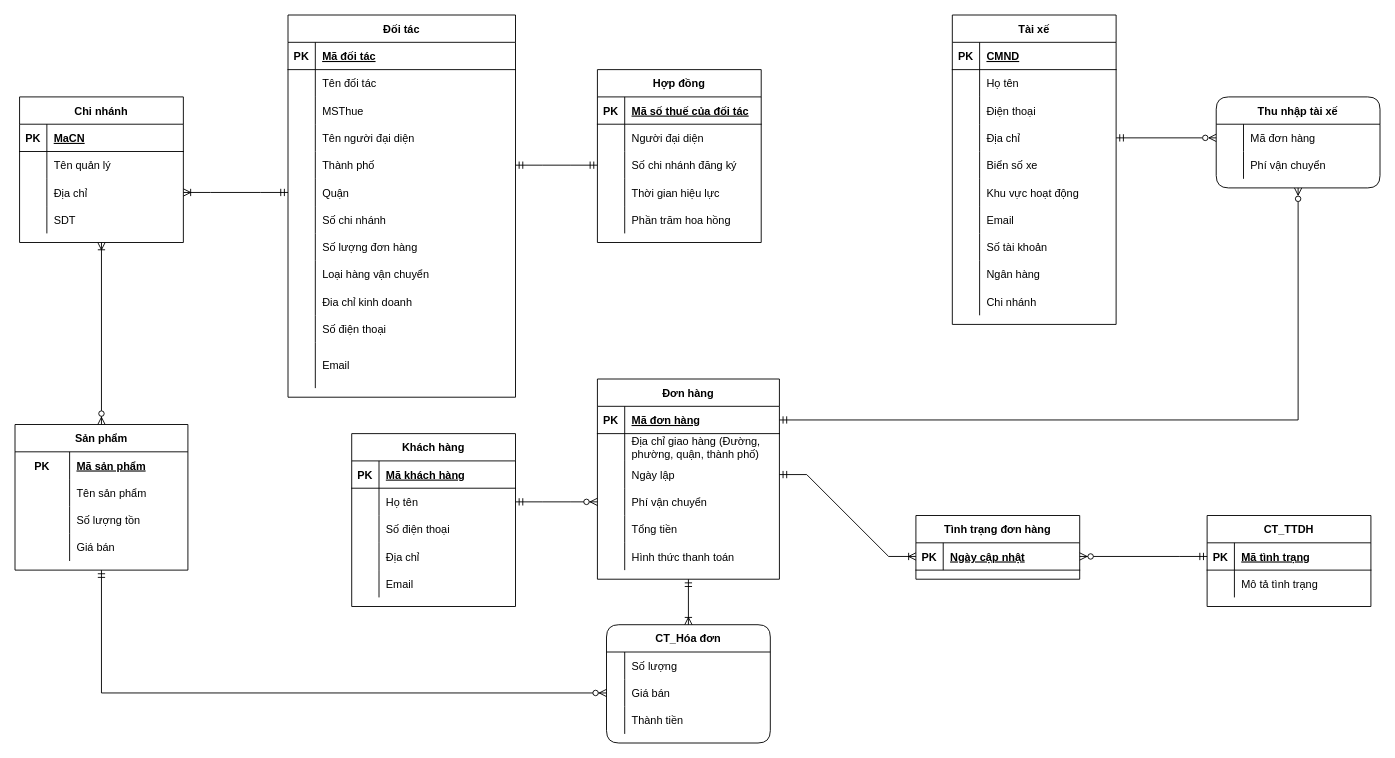
The draw.io diagram HQT-CSDL.drawio in tranngoclam16/HQT-CSDL, before the edit. Source tidied: cells renumbered, new cells numbered last; positions are measured from the earlier drawing's top-left corner, leaving out a move shared by most shapes. Both pictures are drawn from the tidied source at 91%, with x=0, y=0 at pixel (15, 15).
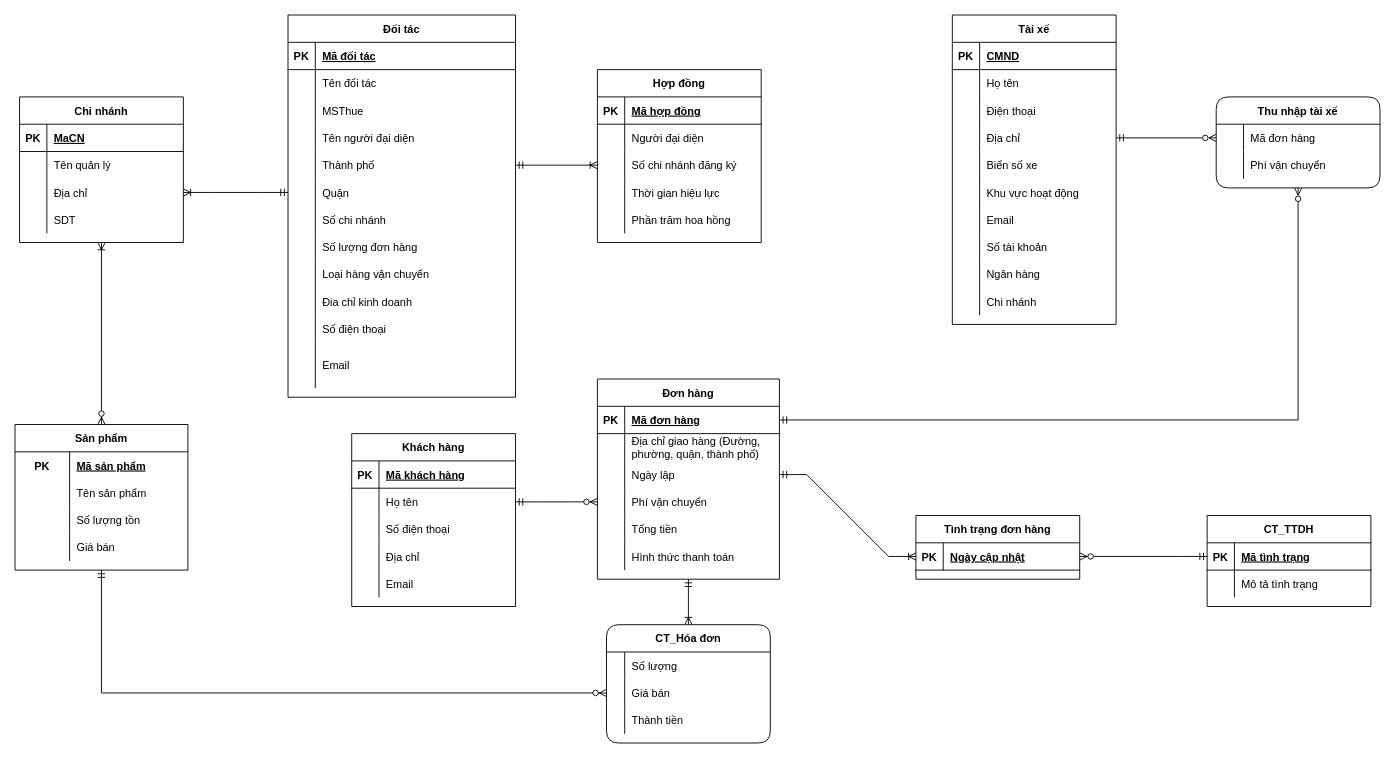
The same diagram, later.

Unchanged cells that the change refers to:
```xml
<mxCell id="46" style="shape=partialRectangle;fillColor=none;points=[[0,0.5],[1,0.5]];portConstraint=eastwest;top=0;left=0;right=0;bottom=0;" parent="33" vertex="1">
  <mxGeometry y="150" width="250" height="30" as="geometry" />
</mxCell>
<mxCell id="71" style="shape=partialRectangle;fillColor=none;top=0;left=0;bottom=1;right=0;" parent="70" vertex="1">
  <mxGeometry y="30" width="180" height="30" as="geometry" />
</mxCell>
<mxCell id="77" style="shape=partialRectangle;fillColor=none;top=0;left=0;bottom=0;right=0;points=[[0,0.5],[1,0.5]];portConstraint=eastwest;" parent="70" vertex="1">
  <mxGeometry y="90" width="180" height="30" as="geometry" />
</mxCell>
```

The edit, as a diff of the source:
```diff
@@
-    <mxCell id="73" value="Mã số thuế của đối tác" style="shape=partialRectangle;fillColor=none;top=0;left=0;bottom=0;right=0;align=left;spacingLeft=6;fontStyle=5;overflow=hidden;" parent="71" vertex="1">
+    <mxCell id="73" value="Mã hợp đồng" style="shape=partialRectangle;fillColor=none;top=0;left=0;bottom=0;right=0;align=left;spacingLeft=6;fontStyle=5;overflow=hidden;" parent="71" vertex="1">
       <mxGeometry x="30" width="150" height="30" as="geometry" />
     </mxCell>
@@
-    <mxCell id="151" style="edgeStyle=entityRelationEdgeStyle;fontSize=12;html=1;endArrow=ERmandOne;startArrow=ERmandOne;rounded=0;entryX=0;entryY=0.5;entryDx=0;entryDy=0;exitX=1;exitY=0.5;exitDx=0;exitDy=0;" parent="1" edge="1" source="46" target="77">
+    <mxCell id="151" style="edgeStyle=entityRelationEdgeStyle;fontSize=12;html=1;endArrow=ERoneToMany;startArrow=ERmandOne;rounded=0;entryX=0;entryY=0.5;entryDx=0;entryDy=0;exitX=1;exitY=0.5;exitDx=0;exitDy=0;endFill=0;" parent="1" edge="1" source="46" target="77">
       <mxGeometry relative="1" as="geometry" />
     </mxCell>
```
